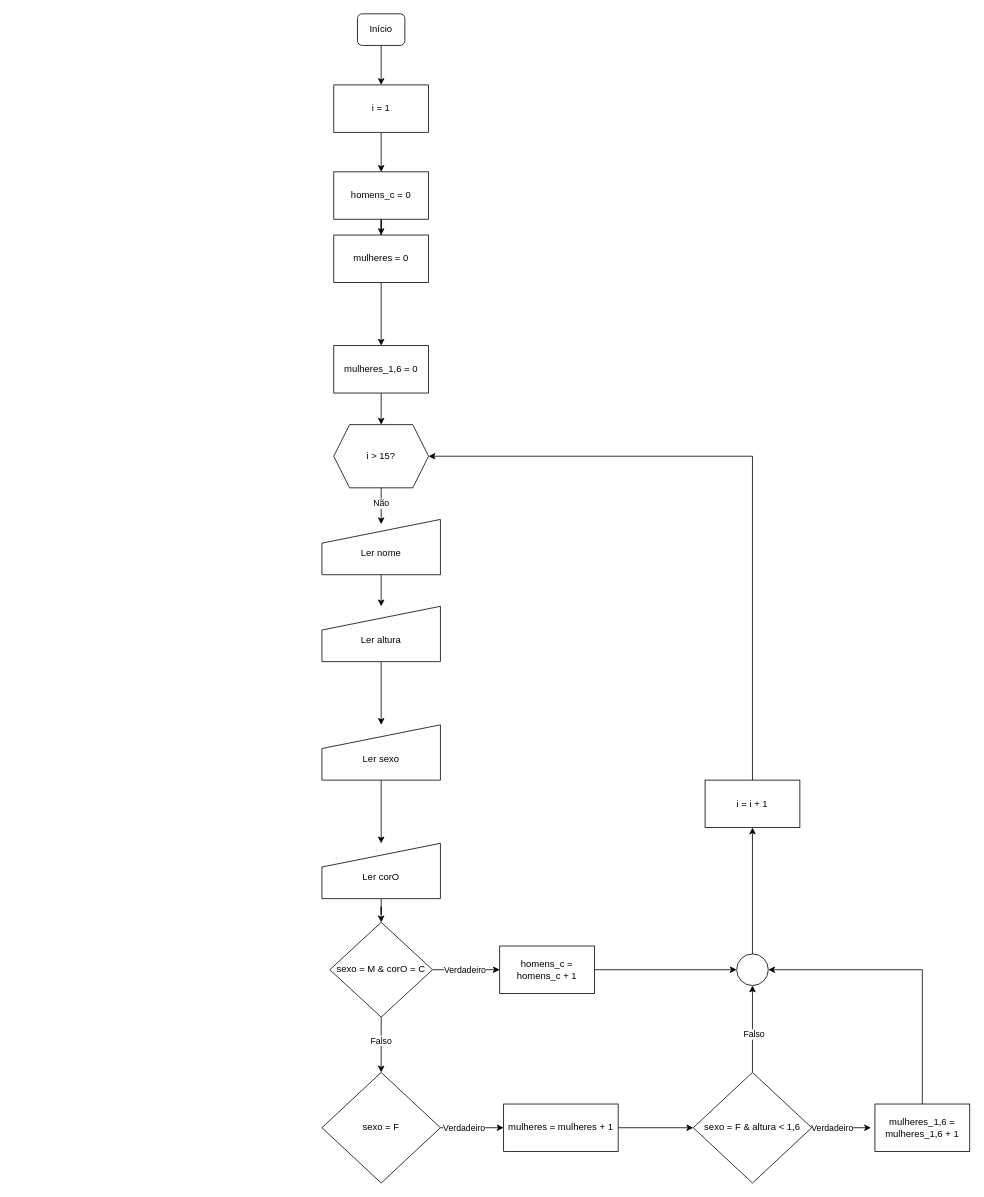
Above: atv_1_pt_3_ex_14.drawio in GustavoShudi/draw_io_algoritmo (draw.io), before the change. Source tidied: cells renumbered, new cells numbered last; positions are measured from the earlier drawing's top-left corner, leaving out a move shared by most shapes. Both pictures are drawn from the tidied source at 79%, with x=0, y=0 at pixel (322, 13).
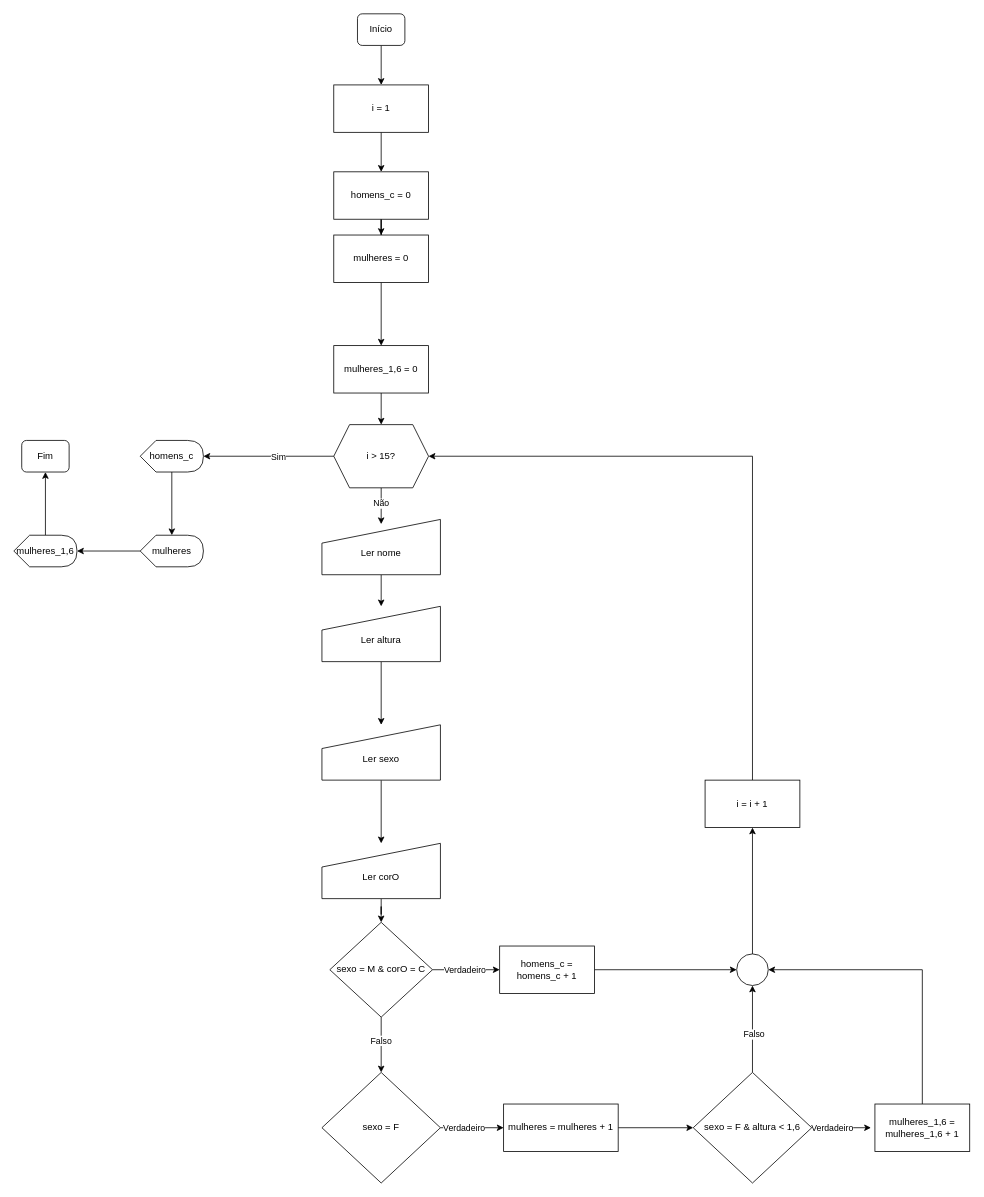
The same diagram, later.

Unchanged cells that the change refers to:
```xml
<mxCell id="6" value="i &amp;gt; 15?" style="shape=hexagon;perimeter=hexagonPerimeter2;whiteSpace=wrap;html=1;fixedSize=1;" parent="1" vertex="1">
  <mxGeometry x="15" y="520" width="120" height="80" as="geometry" />
</mxCell>
```

Change to the diagram source:
```diff
@@
+    <mxCell id="46" style="edgeStyle=orthogonalEdgeStyle;rounded=0;jettySize=auto;html=1;" parent="1" edge="1" source="47" target="51">
+      <mxGeometry relative="1" as="geometry" />
+    </mxCell>
+    <mxCell id="47" value="homens_c" style="shape=display;whiteSpace=wrap;html=1;" parent="1" vertex="1">
+      <mxGeometry x="-230" y="540" width="80" height="40" as="geometry" />
+    </mxCell>
+    <mxCell id="48" style="edgeStyle=orthogonalEdgeStyle;rounded=0;jettySize=auto;html=1;exitX=0;exitY=0.5;exitDx=0;exitDy=0;entryX=1;entryY=0.5;entryDx=0;entryDy=0;entryPerimeter=0;" parent="1" edge="1" source="6" target="47">
+      <mxGeometry relative="1" as="geometry" />
+    </mxCell>
+    <mxCell id="49" value="Sim" style="edgeLabel;html=1;align=center;verticalAlign=middle;" parent="48" vertex="1">
+      <mxGeometry x="-0.14" relative="1" as="geometry" />
+    </mxCell>
+    <mxCell id="50" style="edgeStyle=orthogonalEdgeStyle;rounded=0;jettySize=auto;html=1;" parent="1" edge="1" source="51" target="53">
+      <mxGeometry relative="1" as="geometry" />
+    </mxCell>
+    <mxCell id="51" value="mulheres" style="shape=display;whiteSpace=wrap;html=1;" parent="1" vertex="1">
+      <mxGeometry x="-230" y="660" width="80" height="40" as="geometry" />
+    </mxCell>
+    <mxCell id="52" style="edgeStyle=orthogonalEdgeStyle;rounded=0;jettySize=auto;html=1;exitX=0;exitY=0;exitDx=40;exitDy=0;exitPerimeter=0;entryX=0.5;entryY=1;entryDx=0;entryDy=0;" parent="1" edge="1" source="53" target="54">
+      <mxGeometry relative="1" as="geometry" />
+    </mxCell>
+    <mxCell id="53" value="mulheres_1,6" style="shape=display;whiteSpace=wrap;html=1;" parent="1" vertex="1">
+      <mxGeometry x="-390" y="660" width="80" height="40" as="geometry" />
+    </mxCell>
+    <mxCell id="54" value="Fim" style="rounded=1;whiteSpace=wrap;html=1;fontSize=12;glass=0;strokeWidth=1;shadow=0;" parent="1" vertex="1">
+      <mxGeometry x="-380" y="540" width="60" height="40" as="geometry" />
+    </mxCell>
```
